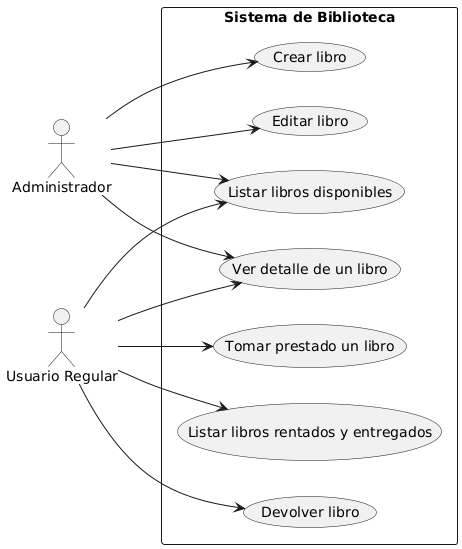
Above: Docs/Diagrams/Diagram-UseCase.png in Crew130504/UseitLibrary (PlantUML), before the change.
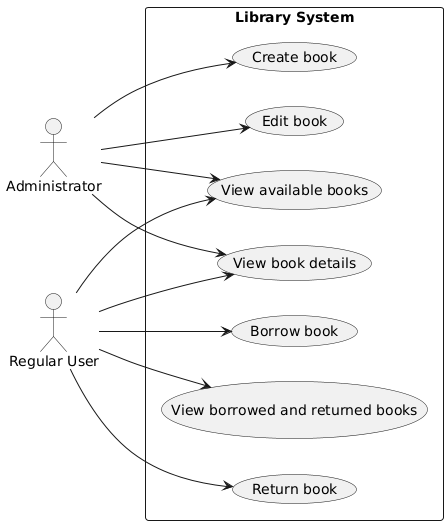
After the change.

Commit message:
docs: add English version of use case diagram

What changed in the source:
```diff
@@ -1,20 +1,20 @@
 @startuml
 left to right direction
-actor "Administrador" as Admin
-actor "Usuario Regular" as User
+actor "Administrator" as Admin
+actor "Regular User" as User
 
-rectangle "Sistema de Biblioteca" {
+rectangle "Library System" {
 
-  (Listar libros disponibles) as L
-  (Ver detalle de un libro) as D
+  (View available books) as L
+  (View book details) as D
 
-  (Crear libro) as C
-  (Editar libro) as E
+  (Create book) as C
+  (Edit book) as E
 
-  (Tomar prestado un libro) as T
-  (Devolver libro) as R
+  (Borrow book) as T
+  (Return book) as R
 
-  (Listar libros rentados y entregados) as H
+  (View borrowed and returned books) as H
 }
 
 User --> L
```
